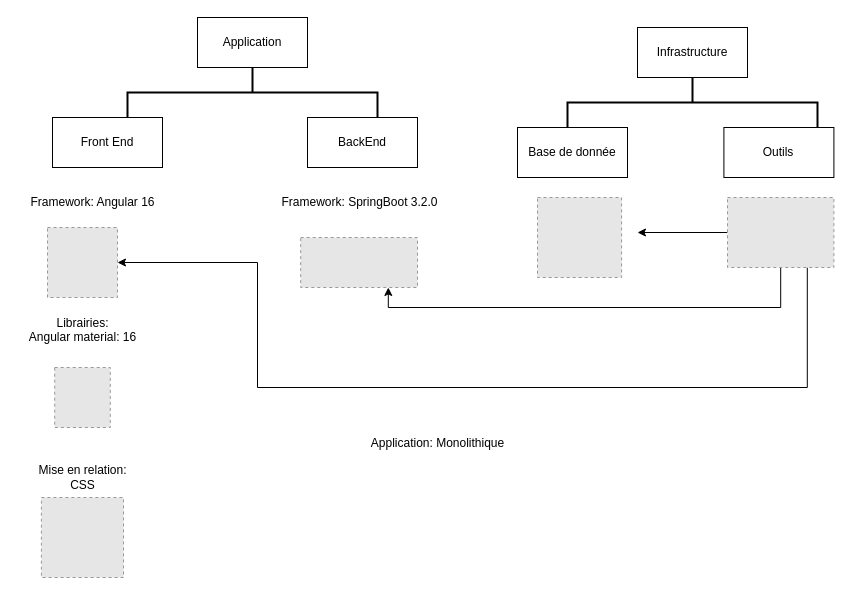
Before: page "Schéma d'application" (5 of 9) of Diagramme sans nom.drawio in Ali0908/BDD_UML, a draw.io diagram. Source tidied: cells renumbered, new cells numbered last; positions are measured from the earlier drawing's top-left corner, leaving out a move shared by most shapes. Both pictures are drawn from the tidied source at 100%, with x=0, y=0 at pixel (17, -33). Pictures stored in the file or linked from it are replaced by grey dashed boxes.
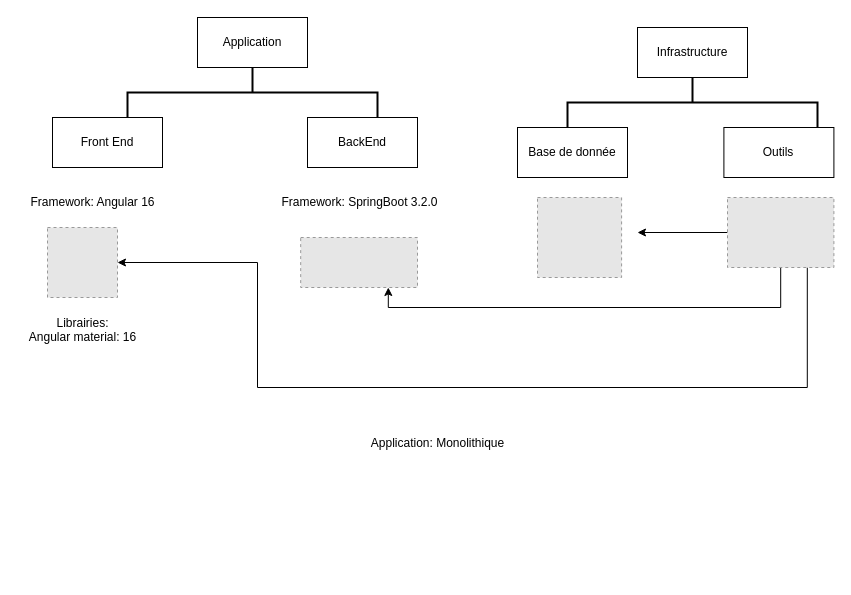
The same page after the edit.

Diff of the diagram source:
```diff
@@
-    <mxCell id="7" style="fillColor=#E6E6E6;strokeColor=#999999;dashed=1;verticalLabelPosition=bottom;labelBackgroundColor=default;verticalAlign=top;" parent="1" vertex="1">
-      <mxGeometry x="37.2" y="400" width="55.6" height="60" as="geometry" />
-    </mxCell>
@@
-    <mxCell id="9" value="Mise en relation:&lt;br&gt;CSS" style="text;html=1;align=center;verticalAlign=middle;strokeColor=none;fillColor=none;" parent="1" vertex="1">
-      <mxGeometry x="10" y="490" width="110" height="40" as="geometry" />
-    </mxCell>
-    <mxCell id="10" style="fillColor=#E6E6E6;strokeColor=#999999;dashed=1;verticalLabelPosition=bottom;labelBackgroundColor=default;verticalAlign=top;" parent="1" vertex="1">
-      <mxGeometry x="23.9" y="530" width="82.1" height="80" as="geometry" />
-    </mxCell>
```
